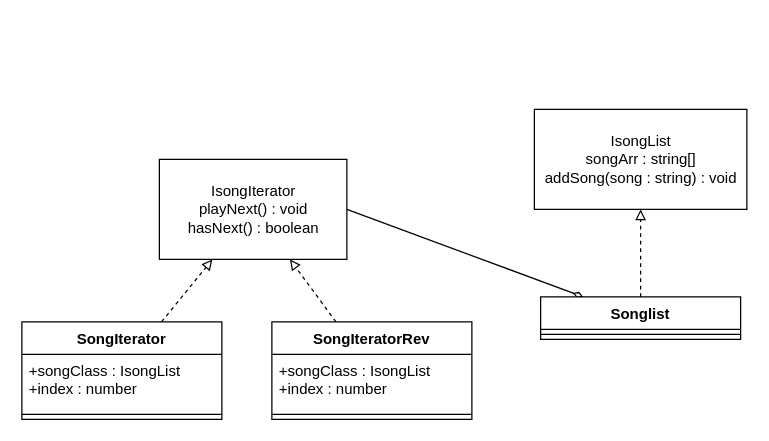
danil-jpg/MyPatterns keeps this draw.io diagram as Behaviour/Iterator/iterator.drawio. Above is the earlier version. Source tidied: cells renumbered, new cells numbered last; positions are measured from the earlier drawing's top-left corner, leaving out a move shared by most shapes. Both pictures are drawn from the tidied source at 125%, with x=0, y=0 at pixel (21, 109).
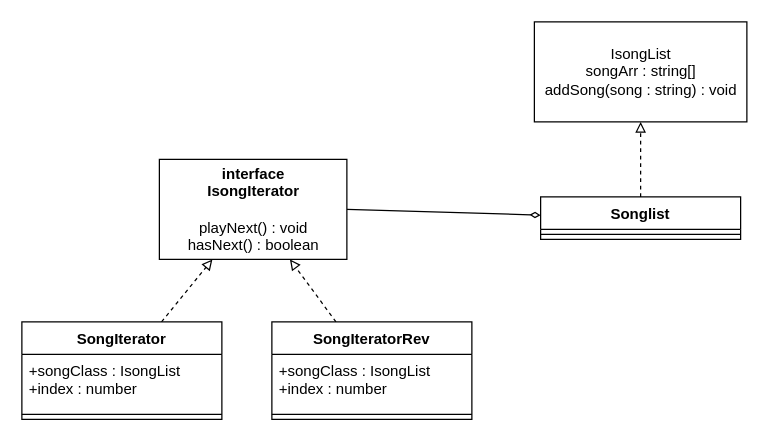
After the change.

Change to the diagram source:
```diff
@@
 <mxGraphModel>
   <root>
     <mxCell id="0" />
     <mxCell id="1" parent="0" />
     <mxCell id="2" style="edgeStyle=none;html=1;dashed=1;endArrow=block;endFill=0;" parent="1" edge="1" source="3" target="11">
       <mxGeometry relative="1" as="geometry" />
     </mxCell>
     <mxCell id="3" value="SongIterator" style="swimlane;fontStyle=1;align=center;verticalAlign=top;horizontal=1;startSize=26;" parent="1" vertex="1">
       <mxGeometry y="170" width="160" height="78" as="geometry" />
     </mxCell>
     <mxCell id="4" value="+songClass : IsongList&#10;+index : number" style="text;strokeColor=none;fillColor=none;align=left;verticalAlign=top;spacingLeft=4;spacingRight=4;overflow=hidden;" parent="3" vertex="1">
       <mxGeometry y="26" width="160" height="44" as="geometry" />
     </mxCell>
     <mxCell id="5" style="line;strokeWidth=1;fillColor=none;align=left;verticalAlign=middle;spacingTop=-1;spacingLeft=3;spacingRight=3;labelPosition=right;" parent="3" vertex="1">
       <mxGeometry y="70" width="160" height="8" as="geometry" />
     </mxCell>
     <mxCell id="6" style="edgeStyle=none;html=1;endArrow=block;endFill=0;dashed=1;" parent="1" edge="1" source="8" target="10">
       <mxGeometry relative="1" as="geometry" />
     </mxCell>
     <mxCell id="7" style="edgeStyle=none;html=1;entryX=1;entryY=0.5;entryDx=0;entryDy=0;endArrow=none;endFill=0;startArrow=diamondThin;startFill=0;" parent="1" edge="1" source="8" target="11">
       <mxGeometry relative="1" as="geometry" />
     </mxCell>
     <mxCell id="8" value="Songlist" style="swimlane;fontStyle=1;align=center;verticalAlign=top;horizontal=1;startSize=26;" parent="1" vertex="1">
-      <mxGeometry x="415" y="150" width="160" height="34" as="geometry" />
+      <mxGeometry x="415" y="70" width="160" height="34" as="geometry" />
     </mxCell>
     <mxCell id="9" style="line;strokeWidth=1;fillColor=none;align=left;verticalAlign=middle;spacingTop=-1;spacingLeft=3;spacingRight=3;labelPosition=right;" parent="8" vertex="1">
       <mxGeometry y="26" width="160" height="8" as="geometry" />
     </mxCell>
     <mxCell id="10" value="IsongList&lt;br&gt;songArr : string[]&lt;br&gt;addSong(song : string) : void" style="html=1;" parent="1" vertex="1">
-      <mxGeometry x="410" width="170" height="80" as="geometry" />
+      <mxGeometry x="410" y="-70" width="170" height="80" as="geometry" />
     </mxCell>
-    <mxCell id="11" value="IsongIterator&lt;br&gt;playNext() : void&lt;br&gt;hasNext() : boolean" style="html=1;" parent="1" vertex="1">
+    <mxCell id="11" value="&lt;b&gt;interface&lt;br&gt;IsongIterator&lt;br&gt;&lt;/b&gt;&lt;br&gt;playNext() : void&lt;br&gt;hasNext() : boolean" style="html=1;" parent="1" vertex="1">
       <mxGeometry x="110" y="40" width="150" height="80" as="geometry" />
     </mxCell>
     <mxCell id="12" style="edgeStyle=none;html=1;dashed=1;endArrow=block;endFill=0;" parent="1" edge="1" source="13" target="11">
       <mxGeometry relative="1" as="geometry" />
     </mxCell>
     <mxCell id="13" value="SongIteratorRev" style="swimlane;fontStyle=1;align=center;verticalAlign=top;horizontal=1;startSize=26;" parent="1" vertex="1">
       <mxGeometry x="200" y="170" width="160" height="78" as="geometry" />
     </mxCell>
     <mxCell id="14" value="+songClass : IsongList&#10;+index : number" style="text;strokeColor=none;fillColor=none;align=left;verticalAlign=top;spacingLeft=4;spacingRight=4;overflow=hidden;" parent="13" vertex="1">
       <mxGeometry y="26" width="160" height="44" as="geometry" />
     </mxCell>
     <mxCell id="15" style="line;strokeWidth=1;fillColor=none;align=left;verticalAlign=middle;spacingTop=-1;spacingLeft=3;spacingRight=3;labelPosition=right;" parent="13" vertex="1">
       <mxGeometry y="70" width="160" height="8" as="geometry" />
     </mxCell>
   </root>
 </mxGraphModel>
```
